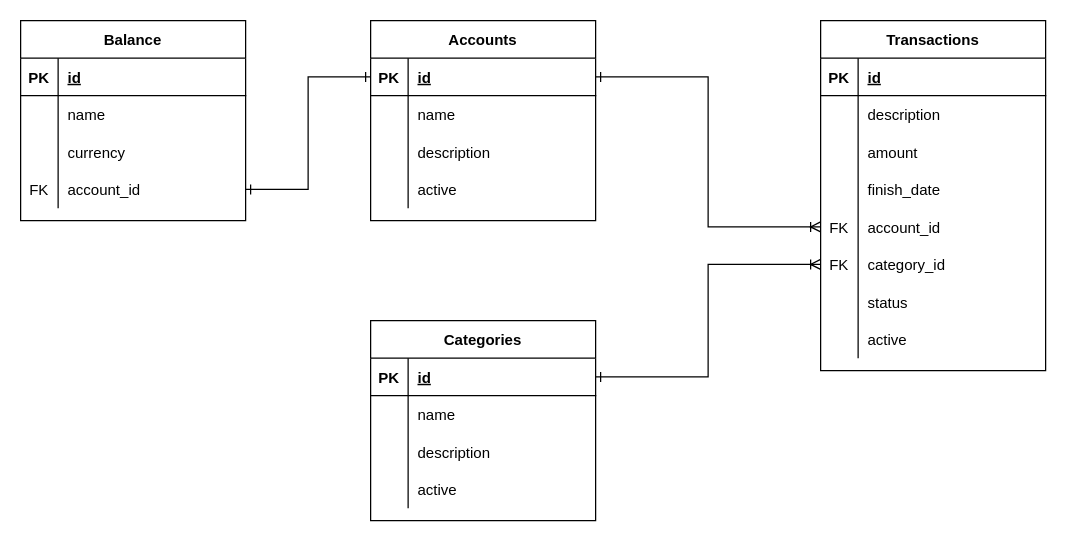
Before: api/docs/database/database.drawio in My-Financial-Hub/core-api, a draw.io diagram. Source tidied: cells renumbered, new cells numbered last; positions are measured from the earlier drawing's top-left corner, leaving out a move shared by most shapes. Both pictures are drawn from the tidied source at 125%, with x=0, y=0 at pixel (20, 20).
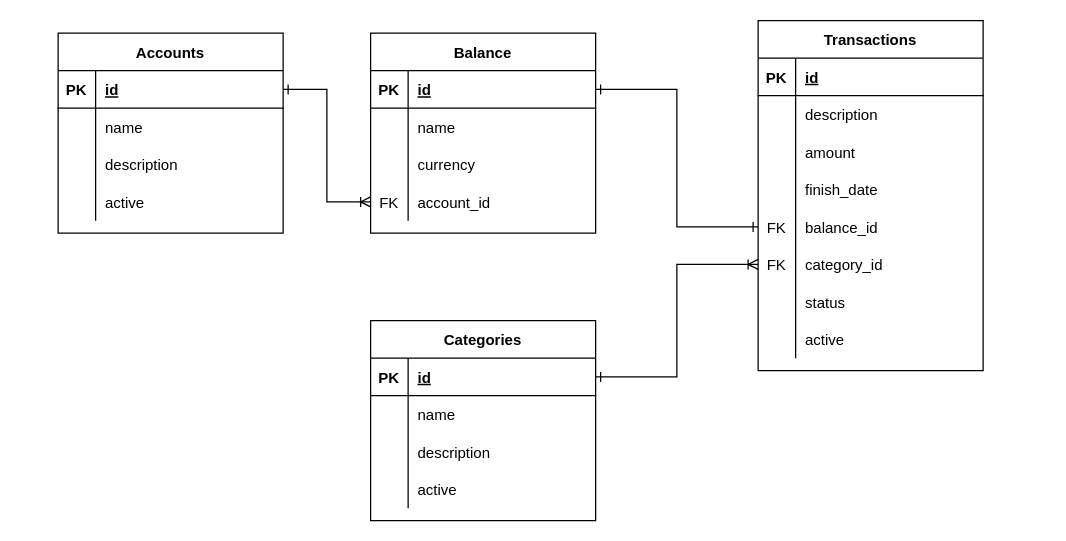
The same page after the edit.

The change refers to these unchanged cells:
```xml
<mxCell id="3" style="shape=partialRectangle;fillColor=none;top=0;left=0;bottom=1;right=0;points=[[0,0.5],[1,0.5]];portConstraint=eastwest;" parent="2" vertex="1">
  <mxGeometry y="30" width="180" height="30" as="geometry" />
</mxCell>
<mxCell id="41" style="shape=partialRectangle;fillColor=none;top=0;left=0;bottom=0;right=0;points=[[0,0.5],[1,0.5]];portConstraint=eastwest;" parent="28" vertex="1">
  <mxGeometry y="150" width="180" height="30" as="geometry" />
</mxCell>
<mxCell id="56" style="shape=partialRectangle;fillColor=none;top=0;left=0;bottom=1;right=0;points=[[0,0.5],[1,0.5]];portConstraint=eastwest;" parent="55" vertex="1">
  <mxGeometry y="30" width="180" height="30" as="geometry" />
</mxCell>
<mxCell id="65" style="shape=partialRectangle;fillColor=none;top=0;left=0;bottom=0;right=0;points=[[0,0.5],[1,0.5]];portConstraint=eastwest;" parent="55" vertex="1">
  <mxGeometry y="120" width="180" height="30" as="geometry" />
</mxCell>
```

What changed in the source:
```diff
@@
     <mxCell id="2" value="Accounts" style="shape=table;startSize=30;childLayout=tableLayout;rowLines=0;fontStyle=1;align=center;" parent="1" vertex="1">
-      <mxGeometry x="280" width="180" height="160" as="geometry" />
+      <mxGeometry x="30" y="10" width="180" height="160" as="geometry" />
     </mxCell>
@@
     <mxCell id="28" value="Transactions" style="shape=table;startSize=30;childLayout=tableLayout;rowLines=0;fontStyle=1;align=center;" parent="1" vertex="1">
-      <mxGeometry x="640" width="180" height="280" as="geometry" />
+      <mxGeometry x="590" width="180" height="280" as="geometry" />
     </mxCell>
@@
-    <mxCell id="43" value="account_id" style="shape=partialRectangle;fillColor=none;top=0;left=0;bottom=0;right=0;align=left;spacingLeft=6;overflow=hidden;" parent="41" vertex="1">
+    <mxCell id="43" value="balance_id" style="shape=partialRectangle;fillColor=none;top=0;left=0;bottom=0;right=0;align=left;spacingLeft=6;overflow=hidden;" parent="41" vertex="1">
       <mxGeometry x="30" width="150" height="30" as="geometry" />
     </mxCell>
@@
-    <mxCell id="53" style="edgeStyle=orthogonalEdgeStyle;rounded=0;jettySize=auto;html=1;entryX=0;entryY=0.5;entryDx=0;entryDy=0;startArrow=ERone;startFill=0;endArrow=ERoneToMany;endFill=0;" parent="1" edge="1" source="3" target="41">
-      <mxGeometry relative="1" as="geometry" />
-    </mxCell>
@@
     <mxCell id="55" value="Balance" style="shape=table;startSize=30;childLayout=tableLayout;rowLines=0;fontStyle=1;align=center;" parent="1" vertex="1">
-      <mxGeometry width="180" height="160" as="geometry" />
+      <mxGeometry x="280" y="10" width="180" height="160" as="geometry" />
     </mxCell>
@@
-    <mxCell id="68" style="edgeStyle=orthogonalEdgeStyle;rounded=0;jettySize=auto;html=1;startArrow=ERone;startFill=0;endArrow=ERone;endFill=0;" parent="1" edge="1" source="65" target="3">
-      <mxGeometry relative="1" as="geometry" />
-    </mxCell>
+    <mxCell id="69" style="edgeStyle=orthogonalEdgeStyle;rounded=0;jettySize=auto;html=1;startArrow=ERone;startFill=0;endArrow=ERoneToMany;endFill=0;" parent="1" edge="1" source="3" target="65">
+      <mxGeometry relative="1" as="geometry" />
+    </mxCell>
+    <mxCell id="70" style="edgeStyle=orthogonalEdgeStyle;rounded=0;jettySize=auto;html=1;startArrow=ERone;startFill=0;endArrow=ERone;endFill=0;" parent="1" edge="1" source="56" target="41">
+      <mxGeometry relative="1" as="geometry" />
+    </mxCell>
```
